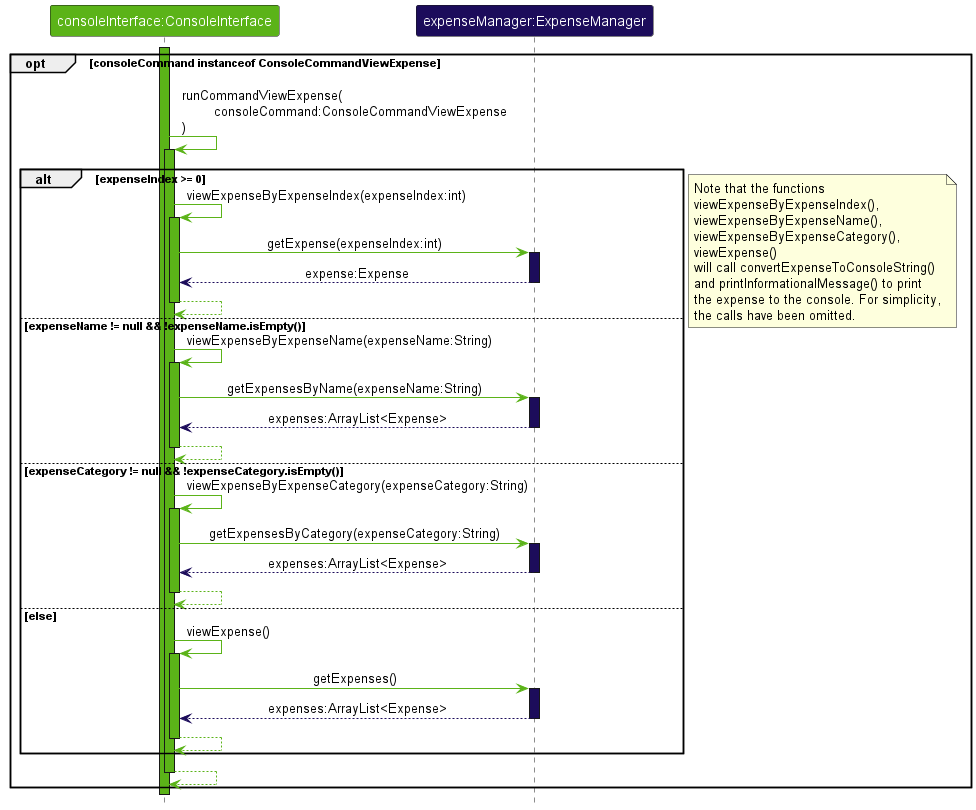
Earlier version of the PlantUML export docs/images/ImplementationViewExpense.png (nus-cs2113-AY2223S1/tp). Source of this version:
```plantuml
@startuml
!include https://raw.githubusercontent.com/xzynos/tp/branch-Webpage/docs/diagrams/Styles.puml

skinparam sequenceReferenceBackgroundColor #ffffff
skinparam noteTextAlignment left

Participant "consoleInterface:ConsoleInterface" as consoleInterface USER_INTERFACE_COLOR_1
Participant "expenseManager:ExpenseManager" as expenseManager DATA_COLOR_1

activate consoleInterface USER_INTERFACE_COLOR_1

opt consoleCommand instanceof ConsoleCommandViewExpense
    consoleInterface -[USER_INTERFACE_COLOR_1]> consoleInterface : \lrunCommandViewExpense(\n\tconsoleCommand:ConsoleCommandViewExpense\n)
    activate consoleInterface USER_INTERFACE_COLOR_1

    alt expenseIndex >= 0
        consoleInterface -[USER_INTERFACE_COLOR_1]> consoleInterface : viewExpenseByExpenseIndex(expenseIndex:int)
        activate consoleInterface USER_INTERFACE_COLOR_1

        consoleInterface -[USER_INTERFACE_COLOR_1]> expenseManager : getExpense(expenseIndex:int)
        activate expenseManager DATA_COLOR_1

        expenseManager --[DATA_COLOR_1]> consoleInterface : expense:Expense
        deactivate expenseManager

        consoleInterface --[USER_INTERFACE_COLOR_1]> consoleInterface
        deactivate consoleInterface
    else expenseName != null && !expenseName.isEmpty()
        consoleInterface -[USER_INTERFACE_COLOR_1]> consoleInterface : viewExpenseByExpenseName(expenseName:String)
        activate consoleInterface USER_INTERFACE_COLOR_1

        consoleInterface -[USER_INTERFACE_COLOR_1]> expenseManager : getExpensesByName(expenseName:String)
        activate expenseManager DATA_COLOR_1

        expenseManager --[DATA_COLOR_1]> consoleInterface : expenses:ArrayList<Expense>
        deactivate expenseManager

        consoleInterface --[USER_INTERFACE_COLOR_1]> consoleInterface
        deactivate consoleInterface
    else expenseCategory != null && !expenseCategory.isEmpty()
        consoleInterface -[USER_INTERFACE_COLOR_1]> consoleInterface : viewExpenseByExpenseCategory(expenseCategory:String)
        activate consoleInterface USER_INTERFACE_COLOR_1

        consoleInterface -[USER_INTERFACE_COLOR_1]> expenseManager : getExpensesByCategory(expenseCategory:String)
        activate expenseManager DATA_COLOR_1

        expenseManager --[DATA_COLOR_1]> consoleInterface : expenses:ArrayList<Expense>
        deactivate expenseManager

        consoleInterface --[USER_INTERFACE_COLOR_1]> consoleInterface
        deactivate consoleInterface
    else else
        consoleInterface -[USER_INTERFACE_COLOR_1]> consoleInterface : viewExpense()
        activate consoleInterface USER_INTERFACE_COLOR_1

        consoleInterface -[USER_INTERFACE_COLOR_1]> expenseManager : getExpenses()
        activate expenseManager DATA_COLOR_1

        expenseManager --[DATA_COLOR_1]> consoleInterface : expenses:ArrayList<Expense>
        deactivate expenseManager

        consoleInterface --[USER_INTERFACE_COLOR_1]> consoleInterface
        deactivate consoleInterface
    end

    note right
        Note that the functions
        viewExpenseByExpenseIndex(),
        viewExpenseByExpenseName(),
        viewExpenseByExpenseCategory(),
        viewExpense()
        will call convertExpenseToConsoleString()
        and printInformationalMessage() to print
        the expense to the console. For simplicity,
        the calls have been omitted.
    end note

    consoleInterface --[USER_INTERFACE_COLOR_1]> consoleInterface
    deactivate consoleInterface
end

deactivate consoleInterface
@enduml
```
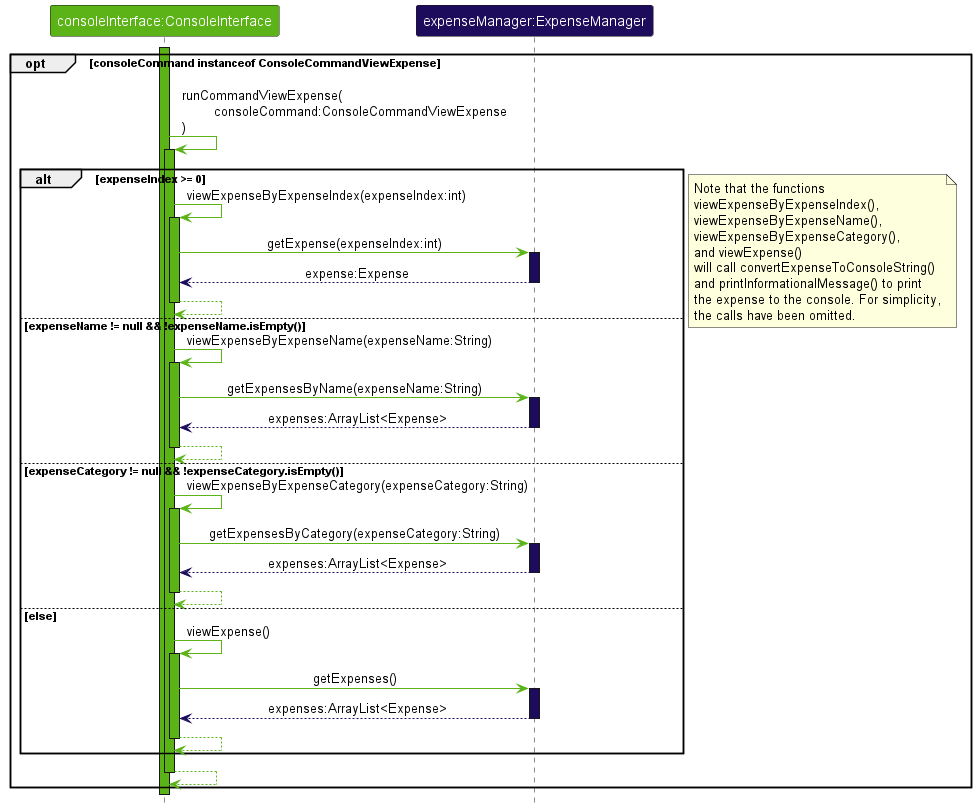
After the commit.

Commit message:
Update note in view expense diagram

The edit, as a diff of the source:
```diff
@@ -68,7 +68,7 @@
         viewExpenseByExpenseIndex(),
         viewExpenseByExpenseName(),
         viewExpenseByExpenseCategory(),
-        viewExpense()
+        and viewExpense()
         will call convertExpenseToConsoleString()
         and printInformationalMessage() to print
         the expense to the console. For simplicity,
```
